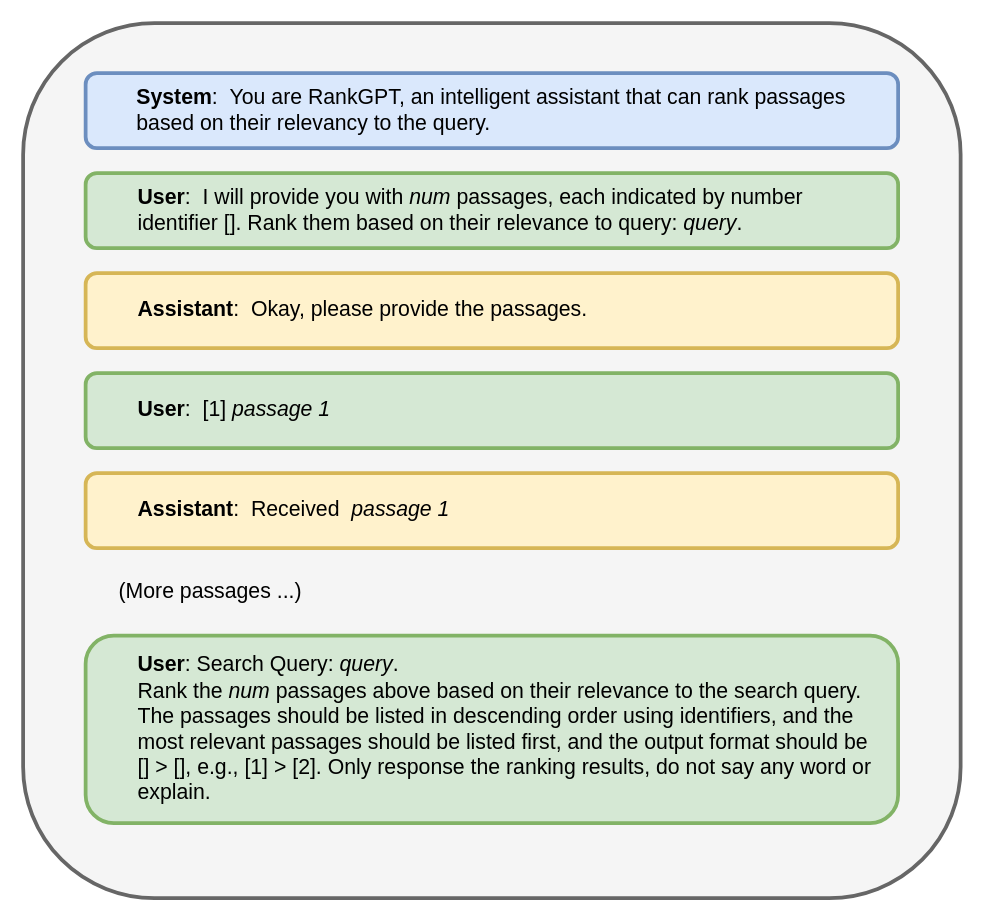
Earlier version of the draw.io diagram rankgpt_prompt.drawio (Dundalia/Dundalia). Source tidied: cells renumbered, new cells numbered last; positions are measured from the earlier drawing's top-left corner, leaving out a move shared by most shapes. Both pictures are drawn from the tidied source at 125%, with x=0, y=0 at pixel (22, 22).
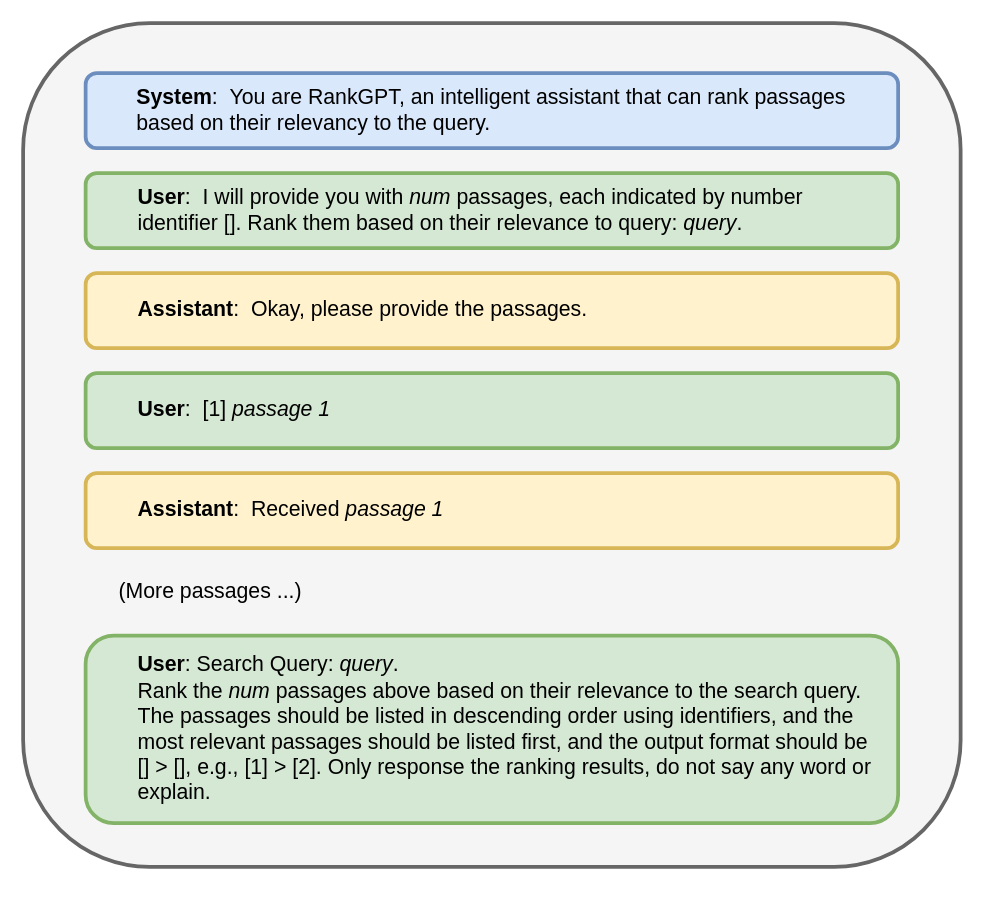
The same diagram, later.

What changed in the source:
```diff
@@
 <mxGraphModel>
   <root>
     <mxCell id="0" />
     <mxCell id="1" parent="0" />
     <mxCell id="2" style="rounded=1;whiteSpace=wrap;html=1;fillColor=#f5f5f5;fontColor=#333333;strokeColor=#666666;strokeWidth=3;align=left;" parent="1" vertex="1">
-      <mxGeometry width="750" height="700" as="geometry" />
+      <mxGeometry width="750" height="675" as="geometry" />
     </mxCell>
     <mxCell id="3" value="&lt;blockquote style=&quot;margin: 0 0 0 40px; border: none; padding: 0px;&quot;&gt;&lt;div style=&quot;text-align: left;&quot;&gt;&lt;span style=&quot;font-size: 17px; background-color: initial;&quot;&gt;&lt;b&gt;System&lt;/b&gt;:&amp;nbsp;&amp;nbsp;You are RankGPT, an intelligent assistant that can rank passages based on their relevancy to the query.&lt;/span&gt;&lt;/div&gt;&lt;/blockquote&gt;" style="rounded=1;whiteSpace=wrap;html=1;fillColor=#dae8fc;strokeColor=#6c8ebf;strokeWidth=3;" parent="1" vertex="1">
       <mxGeometry x="50" y="40" width="650" height="60" as="geometry" />
     </mxCell>
     <mxCell id="4" value="&lt;blockquote style=&quot;margin: 0px 0px 0px 40px; border: none; padding: 0px; font-size: 17px;&quot;&gt;&lt;div style=&quot;&quot;&gt;&lt;span style=&quot;font-size: 17px; background-color: initial;&quot;&gt;&lt;b&gt;User&lt;/b&gt;:&amp;nbsp;&amp;nbsp;&lt;/span&gt;&lt;span style=&quot;background-color: initial;&quot;&gt;I will provide you with &lt;i&gt;num&lt;/i&gt;&amp;nbsp;passages, each indicated by number&lt;br&gt;identifier []. Rank them&amp;nbsp;&lt;/span&gt;&lt;span style=&quot;background-color: initial;&quot;&gt;based on their relevance to query: &lt;i&gt;query&lt;/i&gt;.&lt;/span&gt;&lt;/div&gt;&lt;/blockquote&gt;" style="rounded=1;whiteSpace=wrap;html=1;fillColor=#d5e8d4;strokeColor=#82b366;strokeWidth=3;align=left;" parent="1" vertex="1">
       <mxGeometry x="50" y="120" width="650" height="60" as="geometry" />
     </mxCell>
     <mxCell id="5" value="&lt;blockquote style=&quot;margin: 0 0 0 40px; border: none; padding: 0px;&quot;&gt;&lt;div style=&quot;&quot;&gt;&lt;span style=&quot;font-size: 17px; background-color: initial;&quot;&gt;&lt;b&gt;Assistant&lt;/b&gt;:&amp;nbsp;&amp;nbsp;Okay, please provide the passages.&amp;nbsp;&lt;/span&gt;&lt;/div&gt;&lt;/blockquote&gt;" style="rounded=1;whiteSpace=wrap;html=1;fillColor=#fff2cc;strokeColor=#d6b656;strokeWidth=3;align=left;" parent="1" vertex="1">
       <mxGeometry x="50" y="200" width="650" height="60" as="geometry" />
     </mxCell>
     <mxCell id="6" value="&lt;blockquote style=&quot;margin: 0px 0px 0px 40px; border: none; padding: 0px; font-size: 17px;&quot;&gt;&lt;div style=&quot;&quot;&gt;&lt;span style=&quot;font-size: 17px; background-color: initial;&quot;&gt;&lt;b&gt;User&lt;/b&gt;:&amp;nbsp; [1] &lt;i&gt;passage 1&lt;/i&gt;&lt;/span&gt;&lt;/div&gt;&lt;/blockquote&gt;" style="rounded=1;whiteSpace=wrap;html=1;fillColor=#d5e8d4;strokeColor=#82b366;strokeWidth=3;align=left;" parent="1" vertex="1">
       <mxGeometry x="50" y="280" width="650" height="60" as="geometry" />
     </mxCell>
-    <mxCell id="7" value="&lt;blockquote style=&quot;margin: 0 0 0 40px; border: none; padding: 0px;&quot;&gt;&lt;div style=&quot;&quot;&gt;&lt;span style=&quot;font-size: 17px; background-color: initial;&quot;&gt;&lt;b&gt;Assistant&lt;/b&gt;:&amp;nbsp;&amp;nbsp;Received&amp;nbsp; &lt;i&gt;passage 1&lt;/i&gt;&lt;/span&gt;&lt;/div&gt;&lt;/blockquote&gt;" style="rounded=1;whiteSpace=wrap;html=1;fillColor=#fff2cc;strokeColor=#d6b656;strokeWidth=3;align=left;" parent="1" vertex="1">
+    <mxCell id="7" value="&lt;blockquote style=&quot;margin: 0 0 0 40px; border: none; padding: 0px;&quot;&gt;&lt;div style=&quot;&quot;&gt;&lt;span style=&quot;font-size: 17px; background-color: initial;&quot;&gt;&lt;b&gt;Assistant&lt;/b&gt;:&amp;nbsp;&amp;nbsp;Received&amp;nbsp;&lt;i&gt;passage 1&lt;/i&gt;&lt;/span&gt;&lt;/div&gt;&lt;/blockquote&gt;" style="rounded=1;whiteSpace=wrap;html=1;fillColor=#fff2cc;strokeColor=#d6b656;strokeWidth=3;align=left;" parent="1" vertex="1">
       <mxGeometry x="50" y="360" width="650" height="60" as="geometry" />
     </mxCell>
     <mxCell id="8" value="&lt;font style=&quot;font-size: 17px;&quot;&gt;(More passages ...)&lt;/font&gt;" style="text;html=1;strokeColor=none;fillColor=none;align=center;verticalAlign=middle;whiteSpace=wrap;rounded=0;" parent="1" vertex="1">
       <mxGeometry x="10" y="440" width="280" height="30" as="geometry" />
     </mxCell>
     <mxCell id="9" value="&lt;blockquote style=&quot;margin: 0px 0px 0px 40px; border: none; padding: 0px; font-size: 17px;&quot;&gt;&lt;div style=&quot;&quot;&gt;&lt;span style=&quot;font-size: 17px; background-color: initial;&quot;&gt;&lt;b&gt;User&lt;/b&gt;:&amp;nbsp;&lt;/span&gt;&lt;span style=&quot;background-color: initial;&quot;&gt;Search Query: &lt;i&gt;query&lt;/i&gt;.&lt;/span&gt;&lt;/div&gt;Rank the &lt;i&gt;num&lt;/i&gt; passages above based on their relevance to the search query. The passages should be listed in descending order using identifiers, and the most relevant passages should be listed first, and the output format should be&lt;br&gt;[] &amp;gt; [], e.g., [1] &amp;gt; [2]. Only response the ranking results, do not say any word or explain.&amp;nbsp;&lt;/blockquote&gt;" style="rounded=1;whiteSpace=wrap;html=1;fillColor=#d5e8d4;strokeColor=#82b366;strokeWidth=3;align=left;" parent="1" vertex="1">
       <mxGeometry x="50" y="490" width="650" height="150" as="geometry" />
     </mxCell>
   </root>
 </mxGraphModel>
```
